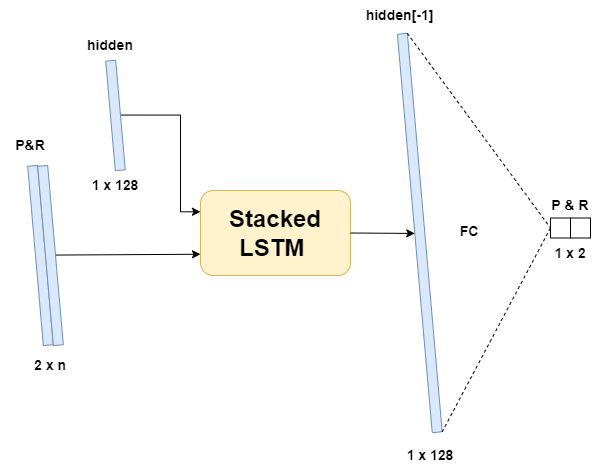
lancedw/3D-state-prediction-for-surface-vessels-using-IMU-data-and-images keeps this draw.io diagram as docs/Images/architectures/LSTM_double.drawio.png. Above is the earlier version. Source tidied: cells renumbered, new cells last; positions are measured from the earlier drawing's top-left corner, leaving out a move shared by most shapes.
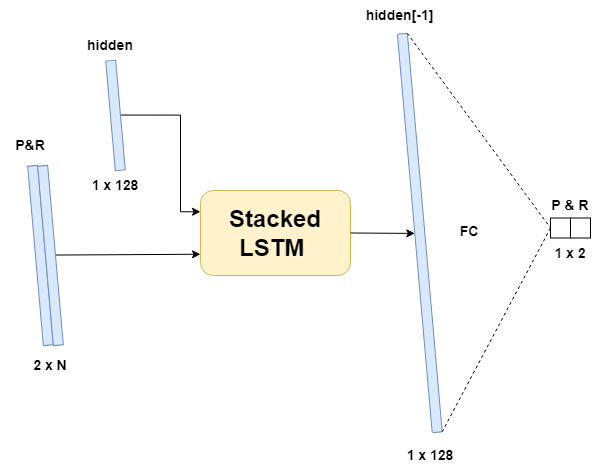
After the commit.

Change to the diagram source:
```diff
@@ -11,7 +11,7 @@
     <mxCell id="4" value="&lt;span style=&quot;color: rgba(0, 0, 0, 0); font-family: monospace; font-size: 0px; text-align: start; background-color: rgb(248, 249, 250);&quot;&gt;%3CmxGraphModel%3E%3Croot%3E%3CmxCell%20id%3D%220%22%2F%3E%3CmxCell%20id%3D%221%22%20parent%3D%220%22%2F%3E%3CmxCell%20id%3D%222%22%20value%3D%22%22%20style%3D%22rounded%3D0%3BwhiteSpace%3Dwrap%3Bhtml%3D1%3Brotation%3D85%3BfillColor%3D%23dae8fc%3BstrokeColor%3D%236c8ebf%3B%22%20vertex%3D%221%22%20parent%3D%221%22%3E%3CmxGeometry%20x%3D%22-20%22%20y%3D%22270%22%20width%3D%22240%22%20height%3D%2210%22%20as%3D%22geometry%22%2F%3E%3C%2FmxCell%3E%3C%2Froot%3E%3C%2FmxGraphModel%3E&lt;/span&gt;" style="rounded=0;whiteSpace=wrap;html=1;rotation=85;fillColor=#dae8fc;strokeColor=#6c8ebf;" parent="1" vertex="1">
       <mxGeometry x="10" y="250" width="180" height="10" as="geometry" />
     </mxCell>
-    <mxCell id="5" value="2 x n" style="text;html=1;strokeColor=none;fillColor=none;align=center;verticalAlign=middle;whiteSpace=wrap;rounded=0;fontSize=14;fontStyle=1;" parent="1" vertex="1">
+    <mxCell id="5" value="2 x N" style="text;html=1;strokeColor=none;fillColor=none;align=center;verticalAlign=middle;whiteSpace=wrap;rounded=0;fontSize=14;fontStyle=1;" parent="1" vertex="1">
       <mxGeometry x="70" y="350" width="60" height="30" as="geometry" />
     </mxCell>
     <mxCell id="6" value="P&amp;amp;R" style="text;html=1;strokeColor=none;fillColor=none;align=center;verticalAlign=middle;whiteSpace=wrap;rounded=0;fontSize=14;fontStyle=1;" parent="1" vertex="1">
```
